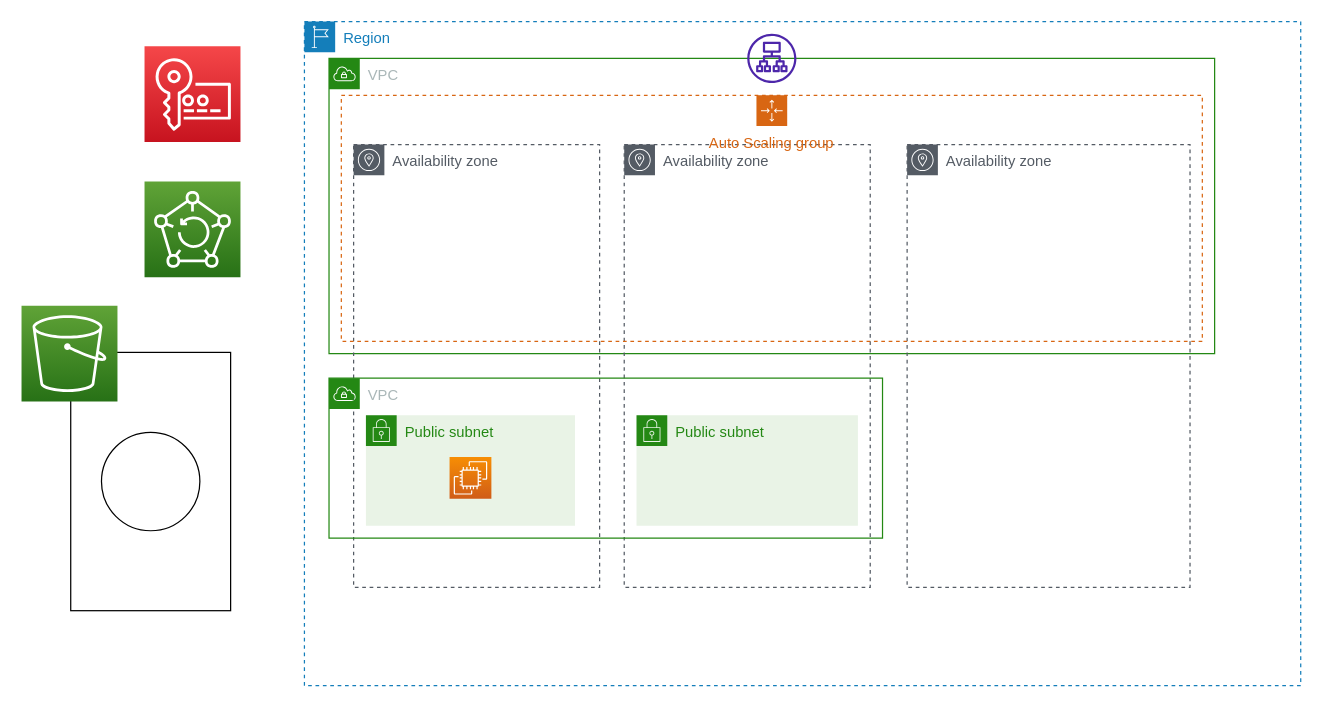
The draw.io diagram project1_1/Diagram zonder titel.drawio in TechGrounds-Cloud8/cloud8-QuincyTjia, before the edit. Source tidied: cells renumbered, new cells numbered last; positions are measured from the earlier drawing's top-left corner, leaving out a move shared by most shapes. Both pictures are drawn from the tidied source at 123%, with x=0, y=0 at pixel (21, 21).
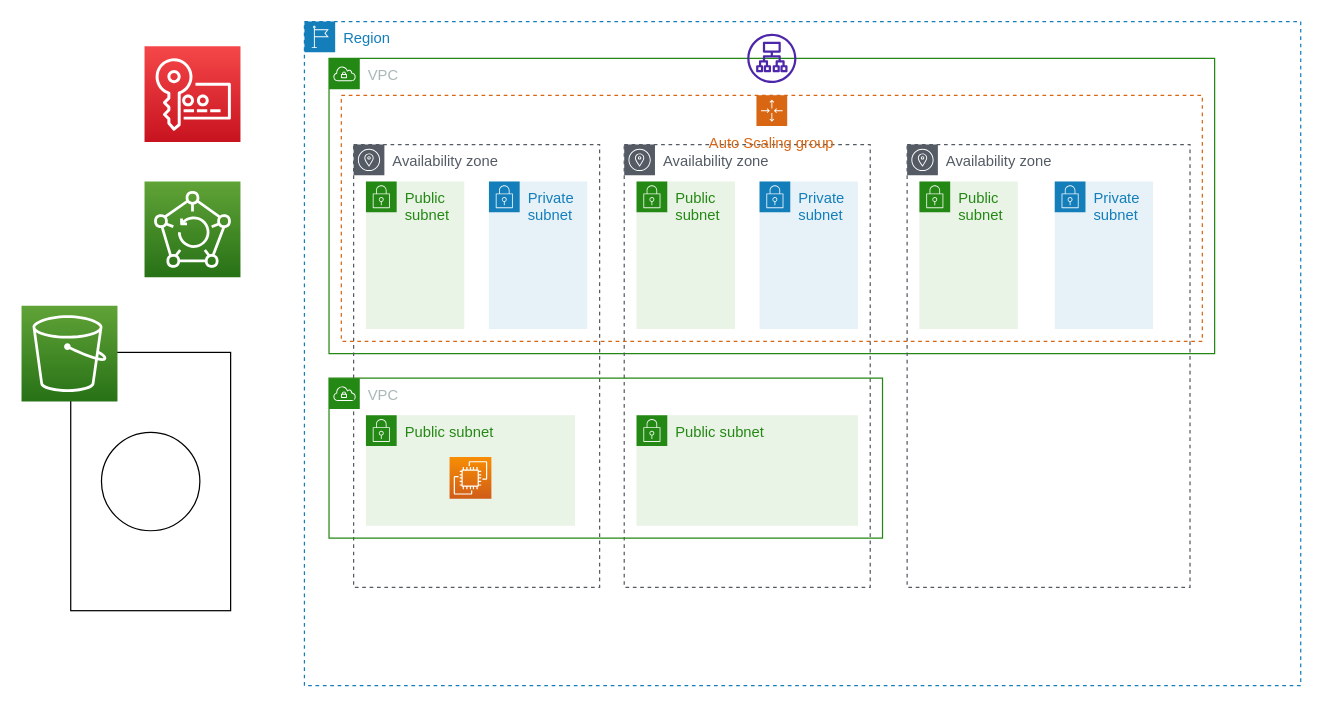
Above is the later version.

Unchanged cells that the change refers to:
```xml
<mxCell id="8" value="Auto Scaling group" style="gradientColor=none;html=1;whiteSpace=wrap;fontSize=12;fontStyle=0;shape=mxgraph.aws4.groupCenter;grIcon=mxgraph.aws4.group_auto_scaling_group;grStroke=1;strokeColor=#D86613;fillColor=none;verticalAlign=top;align=center;fontColor=#D86613;dashed=1;spacingTop=25;" parent="4" vertex="1">
  <mxGeometry x="10" y="30" width="700" height="200" as="geometry" />
</mxCell>
```

What changed in the source:
```diff
@@
+    <mxCell id="18" value="Private subnet" style="gradientColor=none;html=1;whiteSpace=wrap;fontSize=12;fontStyle=0;shape=mxgraph.aws4.group;grIcon=mxgraph.aws4.group_security_group;grStroke=0;strokeColor=#147EBA;fillColor=#E6F2F8;verticalAlign=top;align=left;spacingLeft=30;fontColor=#147EBA;dashed=0;" parent="8" vertex="1">
+      <mxGeometry x="120" y="70" width="80" height="120" as="geometry" />
+    </mxCell>
+    <mxCell id="19" value="Public subnet" style="gradientColor=none;html=1;whiteSpace=wrap;fontSize=12;fontStyle=0;shape=mxgraph.aws4.group;grIcon=mxgraph.aws4.group_security_group;grStroke=0;strokeColor=#248814;fillColor=#E9F3E6;verticalAlign=top;align=left;spacingLeft=30;fontColor=#248814;dashed=0;" parent="8" vertex="1">
+      <mxGeometry x="20" y="70" width="80" height="120" as="geometry" />
+    </mxCell>
+    <mxCell id="20" value="Public subnet" style="gradientColor=none;html=1;whiteSpace=wrap;fontSize=12;fontStyle=0;shape=mxgraph.aws4.group;grIcon=mxgraph.aws4.group_security_group;grStroke=0;strokeColor=#248814;fillColor=#E9F3E6;verticalAlign=top;align=left;spacingLeft=30;fontColor=#248814;dashed=0;" parent="8" vertex="1">
+      <mxGeometry x="240" y="70" width="80" height="120" as="geometry" />
+    </mxCell>
+    <mxCell id="21" value="Private subnet" style="gradientColor=none;html=1;whiteSpace=wrap;fontSize=12;fontStyle=0;shape=mxgraph.aws4.group;grIcon=mxgraph.aws4.group_security_group;grStroke=0;strokeColor=#147EBA;fillColor=#E6F2F8;verticalAlign=top;align=left;spacingLeft=30;fontColor=#147EBA;dashed=0;" parent="8" vertex="1">
+      <mxGeometry x="340" y="70" width="80" height="120" as="geometry" />
+    </mxCell>
+    <mxCell id="22" value="Public subnet" style="gradientColor=none;html=1;whiteSpace=wrap;fontSize=12;fontStyle=0;shape=mxgraph.aws4.group;grIcon=mxgraph.aws4.group_security_group;grStroke=0;strokeColor=#248814;fillColor=#E9F3E6;verticalAlign=top;align=left;spacingLeft=30;fontColor=#248814;dashed=0;" parent="8" vertex="1">
+      <mxGeometry x="470" y="70" width="80" height="120" as="geometry" />
+    </mxCell>
+    <mxCell id="23" value="Private subnet" style="gradientColor=none;html=1;whiteSpace=wrap;fontSize=12;fontStyle=0;shape=mxgraph.aws4.group;grIcon=mxgraph.aws4.group_security_group;grStroke=0;strokeColor=#147EBA;fillColor=#E6F2F8;verticalAlign=top;align=left;spacingLeft=30;fontColor=#147EBA;dashed=0;" parent="8" vertex="1">
+      <mxGeometry x="580" y="70" width="80" height="120" as="geometry" />
+    </mxCell>
```
